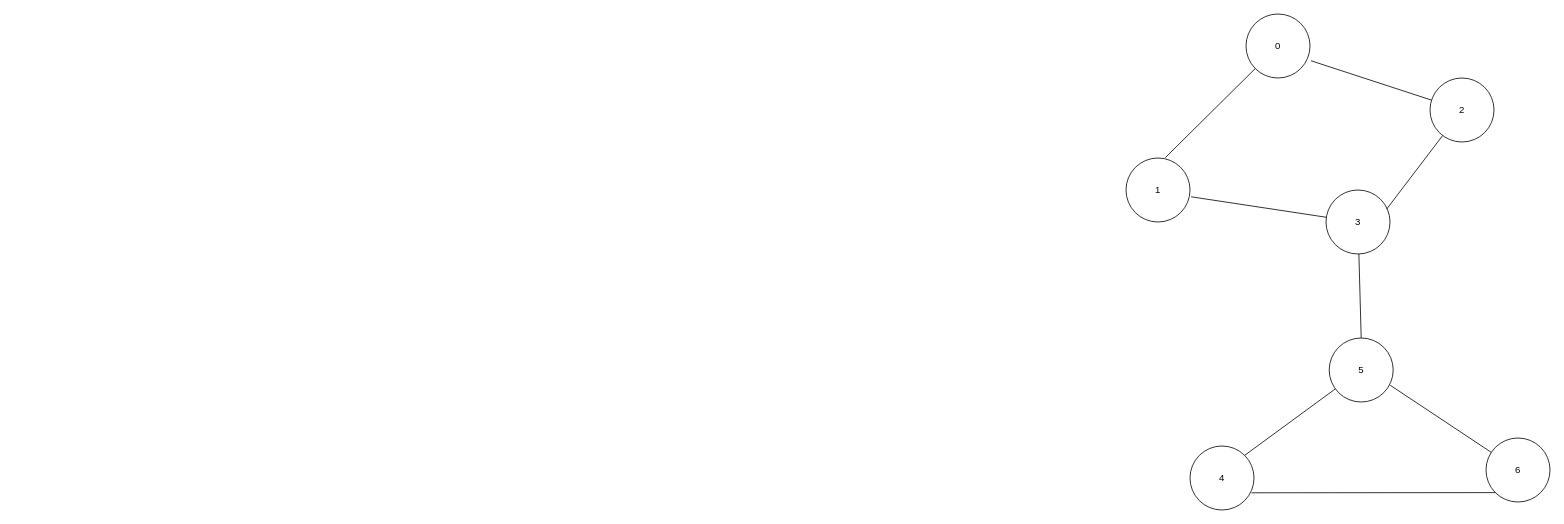
fccc100/Draw.io keeps this draw.io diagram as 未命名绘图.drawio. Above is the earlier version. Source tidied: cells renumbered, new cells numbered last; positions are measured from the earlier drawing's top-left corner, leaving out a move shared by most shapes. Both pictures are drawn from the tidied source at 80%, with x=0, y=0 at pixel (1126, 14).
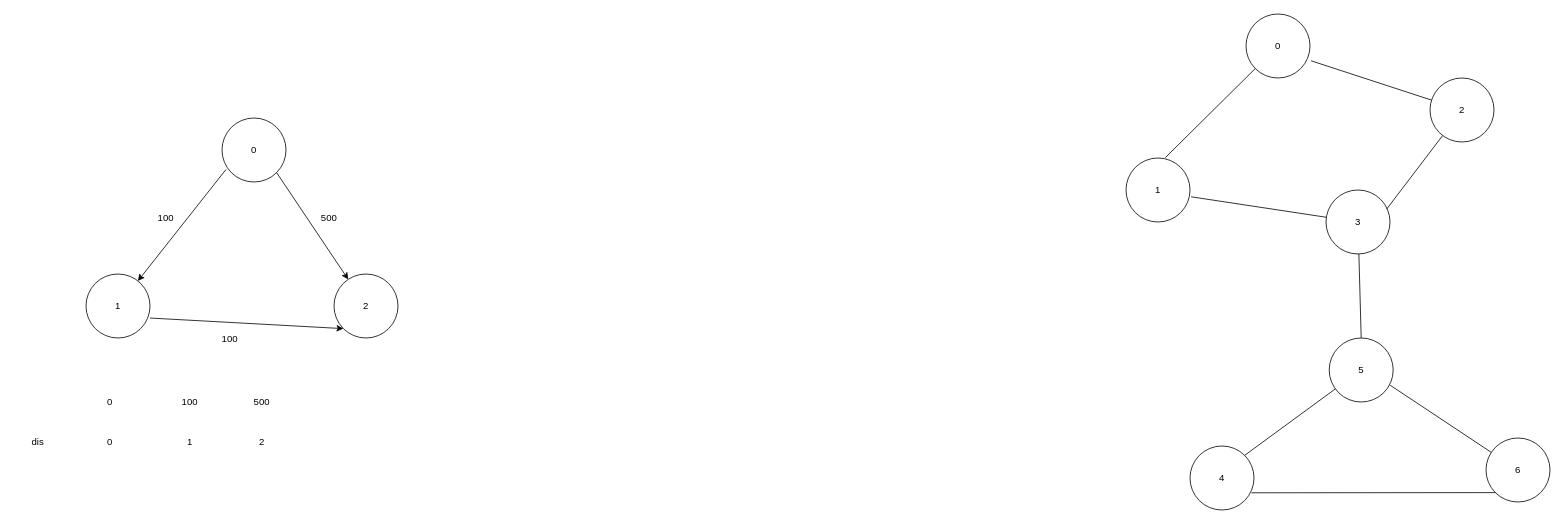
The same page after the edit.

Commit message:
更新未命名绘图.drawio

The edit, as a diff of the source:
```diff
@@
+    <mxCell id="17" value="0" style="ellipse;whiteSpace=wrap;html=1;" parent="1" vertex="1">
+      <mxGeometry x="-1130" y="130" width="80" height="80" as="geometry" />
+    </mxCell>
+    <mxCell id="18" value="1" style="ellipse;whiteSpace=wrap;html=1;" parent="1" vertex="1">
+      <mxGeometry x="-1300" y="325" width="80" height="80" as="geometry" />
+    </mxCell>
+    <mxCell id="19" value="2" style="ellipse;whiteSpace=wrap;html=1;" parent="1" vertex="1">
+      <mxGeometry x="-990" y="325" width="80" height="80" as="geometry" />
+    </mxCell>
+    <mxCell id="20" style="endArrow=classic;html=1;rounded=0;exitX=0.063;exitY=0.803;exitDx=0;exitDy=0;exitPerimeter=0;" parent="1" edge="1" source="17" target="18">
+      <mxGeometry relative="1" as="geometry" />
+    </mxCell>
+    <mxCell id="21" style="endArrow=classic;html=1;rounded=0;exitX=1;exitY=1;exitDx=0;exitDy=0;" parent="1" edge="1" source="17" target="19">
+      <mxGeometry relative="1" as="geometry" />
+    </mxCell>
+    <mxCell id="22" style="endArrow=classic;html=1;rounded=0;exitX=1;exitY=0.688;exitDx=0;exitDy=0;exitPerimeter=0;entryX=0;entryY=1;entryDx=0;entryDy=0;" parent="1" edge="1" source="18" target="19">
+      <mxGeometry relative="1" as="geometry" />
+    </mxCell>
+    <mxCell id="23" value="100" style="text;html=1;strokeColor=none;fillColor=none;align=center;verticalAlign=middle;whiteSpace=wrap;rounded=0;" parent="1" vertex="1">
+      <mxGeometry x="-1230" y="240" width="60" height="30" as="geometry" />
+    </mxCell>
+    <mxCell id="24" value="100" style="text;html=1;strokeColor=none;fillColor=none;align=center;verticalAlign=middle;whiteSpace=wrap;rounded=0;" parent="1" vertex="1">
+      <mxGeometry x="-1150" y="392" width="60" height="30" as="geometry" />
+    </mxCell>
+    <mxCell id="25" value="500" style="text;html=1;strokeColor=none;fillColor=none;align=center;verticalAlign=middle;whiteSpace=wrap;rounded=0;" parent="1" vertex="1">
+      <mxGeometry x="-1026" y="240" width="60" height="30" as="geometry" />
+    </mxCell>
+    <mxCell id="26" value="dis" style="text;html=1;strokeColor=none;fillColor=none;align=center;verticalAlign=middle;whiteSpace=wrap;rounded=0;" parent="1" vertex="1">
+      <mxGeometry x="-1390" y="520" width="60" height="30" as="geometry" />
+    </mxCell>
+    <mxCell id="27" value="0" style="text;html=1;strokeColor=none;fillColor=none;align=center;verticalAlign=middle;whiteSpace=wrap;rounded=0;" parent="1" vertex="1">
+      <mxGeometry x="-1300" y="520" width="60" height="30" as="geometry" />
+    </mxCell>
+    <mxCell id="28" value="1" style="text;html=1;strokeColor=none;fillColor=none;align=center;verticalAlign=middle;whiteSpace=wrap;rounded=0;" parent="1" vertex="1">
+      <mxGeometry x="-1200" y="520" width="60" height="30" as="geometry" />
+    </mxCell>
+    <mxCell id="29" value="2" style="text;html=1;strokeColor=none;fillColor=none;align=center;verticalAlign=middle;whiteSpace=wrap;rounded=0;" parent="1" vertex="1">
+      <mxGeometry x="-1110" y="520" width="60" height="30" as="geometry" />
+    </mxCell>
+    <mxCell id="30" value="0" style="text;html=1;strokeColor=none;fillColor=none;align=center;verticalAlign=middle;whiteSpace=wrap;rounded=0;" parent="1" vertex="1">
+      <mxGeometry x="-1300" y="470" width="60" height="30" as="geometry" />
+    </mxCell>
+    <mxCell id="31" value="100" style="text;html=1;strokeColor=none;fillColor=none;align=center;verticalAlign=middle;whiteSpace=wrap;rounded=0;" parent="1" vertex="1">
+      <mxGeometry x="-1200" y="470" width="60" height="30" as="geometry" />
+    </mxCell>
+    <mxCell id="32" value="500" style="text;html=1;strokeColor=none;fillColor=none;align=center;verticalAlign=middle;whiteSpace=wrap;rounded=0;" parent="1" vertex="1">
+      <mxGeometry x="-1110" y="470" width="60" height="30" as="geometry" />
+    </mxCell>
```
